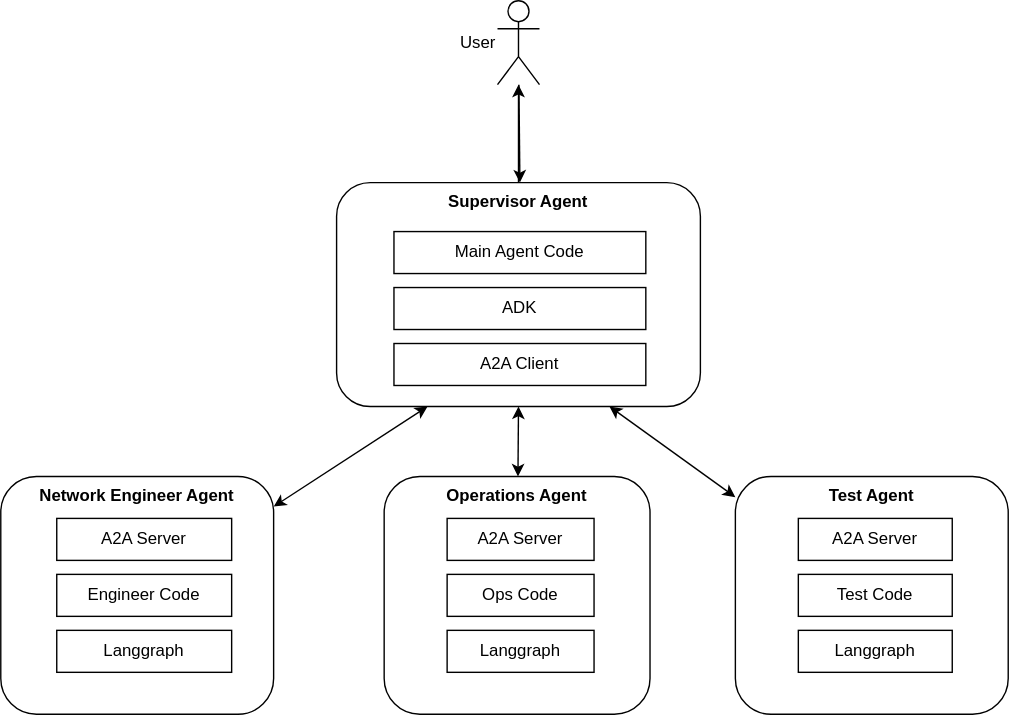
Earlier version of the draw.io export drawings/agent/chatagents.drawio.svg (LeegenSteven/NetworkAgent-dev). Source tidied: cells renumbered, new cells last; positions are measured from the earlier drawing's top-left corner, leaving out a move shared by most shapes.
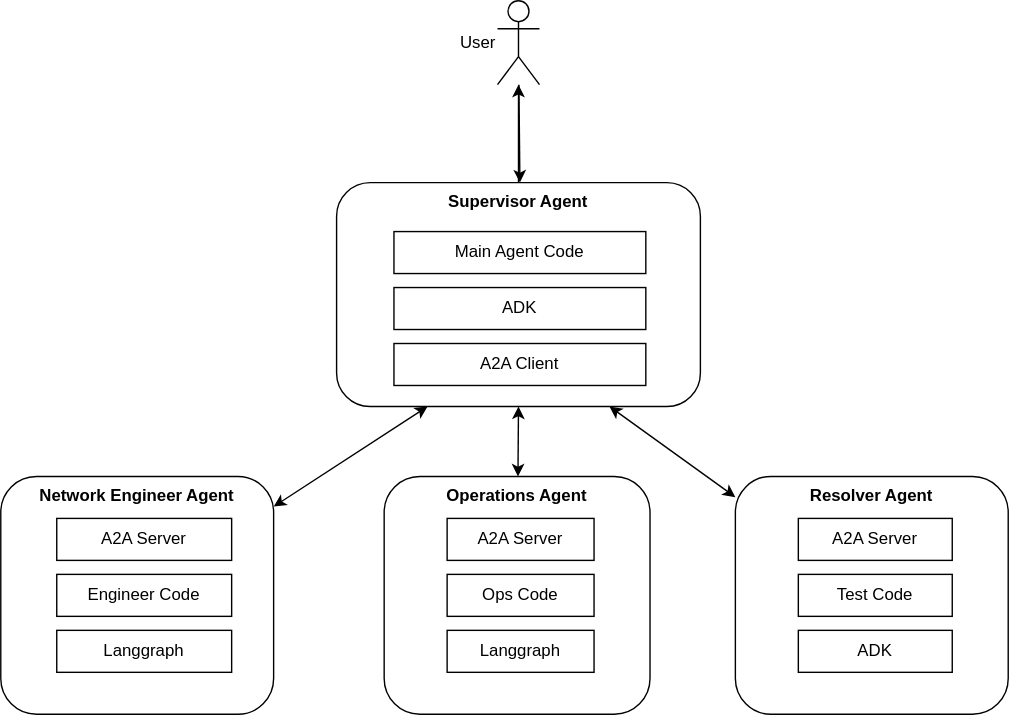
The same diagram one commit later.

Change to the diagram source:
```diff
@@ -17,13 +17,13 @@
     <mxCell id="6" style="edgeStyle=none;html=1;entryX=0.75;entryY=1;entryDx=0;entryDy=0;startArrow=classic;startFill=1;" parent="1" edge="1" source="7" target="3">
       <mxGeometry relative="1" as="geometry" />
     </mxCell>
-    <mxCell id="7" value="Test Agent" style="rounded=1;whiteSpace=wrap;html=1;verticalAlign=top;fontStyle=1;" parent="1" vertex="1">
+    <mxCell id="7" value="Resolver Agent" style="rounded=1;whiteSpace=wrap;html=1;verticalAlign=top;fontStyle=1;" parent="1" vertex="1">
       <mxGeometry x="525" y="340" width="195" height="170" as="geometry" />
     </mxCell>
     <mxCell id="8" value="Langgraph" style="rounded=0;whiteSpace=wrap;html=1;" parent="1" vertex="1">
       <mxGeometry x="40" y="450" width="125" height="30" as="geometry" />
     </mxCell>
-    <mxCell id="9" value="Langgraph" style="rounded=0;whiteSpace=wrap;html=1;" parent="1" vertex="1">
+    <mxCell id="9" value="ADK" style="rounded=0;whiteSpace=wrap;html=1;" parent="1" vertex="1">
       <mxGeometry x="570" y="450" width="110" height="30" as="geometry" />
     </mxCell>
     <mxCell id="10" value="Engineer Code" style="rounded=0;whiteSpace=wrap;html=1;" parent="1" vertex="1">
```
